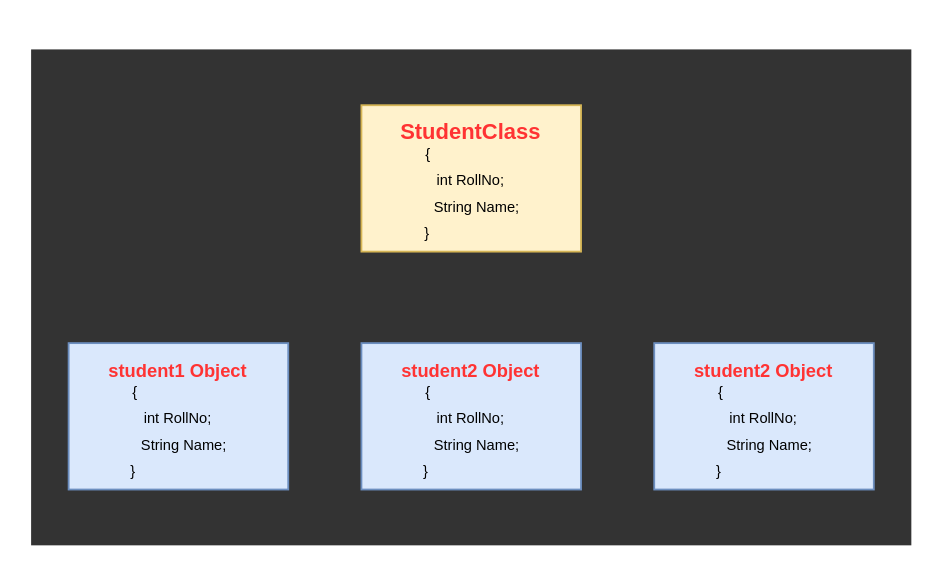
Earlier version of the draw.io diagram Class.drawio (PavanKoppana/blueprints). Source tidied: cells renumbered, new cells numbered last; positions are measured from the earlier drawing's top-left corner, leaving out a move shared by most shapes. Both pictures are drawn from the tidied source at 183%, with x=0, y=0 at pixel (31, 49).
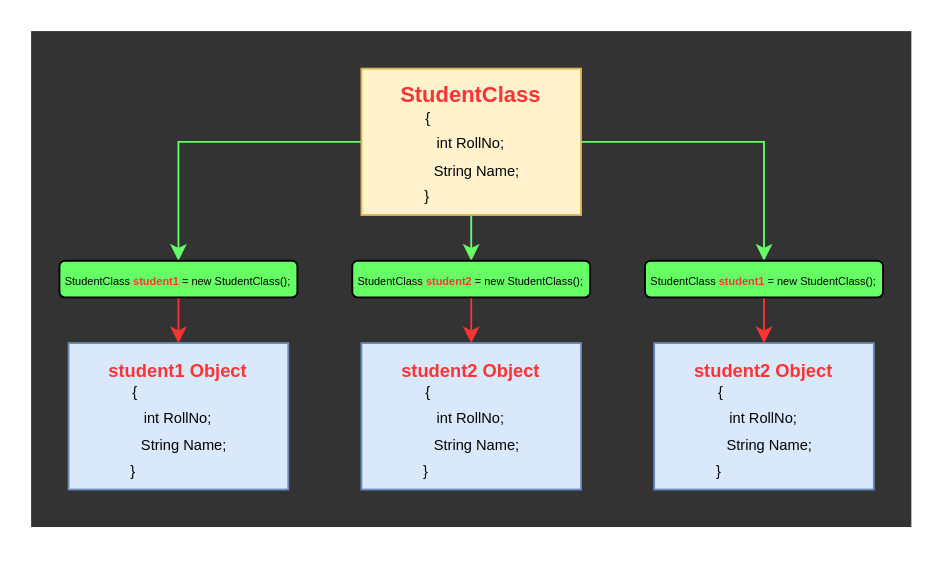
The same page after the edit.

Diff of the diagram source:
```diff
@@
 <mxGraphModel>
   <root>
     <mxCell id="0" />
     <mxCell id="1" parent="0" />
     <mxCell id="2" style="rounded=0;whiteSpace=wrap;html=1;strokeColor=#333333;fillColor=#333333;" parent="1" vertex="1">
-      <mxGeometry width="480" height="270" as="geometry" />
+      <mxGeometry y="-10" width="480" height="270" as="geometry" />
     </mxCell>
+    <mxCell id="11" style="edgeStyle=orthogonalEdgeStyle;rounded=0;jettySize=auto;html=1;fillColor=#d5e8d4;strokeColor=#66FF66;" parent="1" edge="1" source="3" target="15">
+      <mxGeometry relative="1" as="geometry" />
+    </mxCell>
+    <mxCell id="12" style="edgeStyle=orthogonalEdgeStyle;rounded=0;jettySize=auto;html=1;entryX=0.5;entryY=0;entryDx=0;entryDy=0;strokeColor=#66FF66;" parent="1" edge="1" source="3" target="17">
+      <mxGeometry relative="1" as="geometry" />
+    </mxCell>
+    <mxCell id="13" style="edgeStyle=orthogonalEdgeStyle;rounded=0;jettySize=auto;html=1;strokeColor=#66FF66;" parent="1" edge="1" source="3" target="19">
+      <mxGeometry relative="1" as="geometry" />
+    </mxCell>
     <mxCell id="3" value="&lt;font style=&quot;&quot;&gt;&lt;br&gt;&lt;font style=&quot;font-size: 8px;&quot;&gt;{&amp;nbsp; &amp;nbsp; &amp;nbsp; &amp;nbsp; &amp;nbsp; &amp;nbsp; &amp;nbsp; &amp;nbsp; &amp;nbsp; &amp;nbsp; &amp;nbsp;&lt;br&gt;int RollNo;&lt;br&gt;&amp;nbsp; &amp;nbsp;String Name;&lt;br&gt;}&amp;nbsp; &amp;nbsp; &amp;nbsp; &amp;nbsp; &amp;nbsp;&lt;/font&gt;&lt;/font&gt;&lt;font style=&quot;font-size: 9px;&quot;&gt; &amp;nbsp; &amp;nbsp; &amp;nbsp; &amp;nbsp; &amp;nbsp;&amp;nbsp;&lt;/font&gt;" style="rounded=0;whiteSpace=wrap;html=1;fillColor=#fff2cc;strokeColor=#d6b656;" parent="1" vertex="1">
-      <mxGeometry x="180" y="30" width="120" height="80" as="geometry" />
+      <mxGeometry x="180" y="10" width="120" height="80" as="geometry" />
     </mxCell>
     <mxCell id="4" value="&lt;span style=&quot;font-size: 8px;&quot;&gt;&lt;br&gt;{&amp;nbsp; &amp;nbsp; &amp;nbsp; &amp;nbsp; &amp;nbsp; &amp;nbsp; &amp;nbsp; &amp;nbsp; &amp;nbsp; &amp;nbsp; &amp;nbsp;&lt;/span&gt;&lt;br style=&quot;font-size: 8px;&quot;&gt;&lt;span style=&quot;font-size: 8px;&quot;&gt;int RollNo;&lt;/span&gt;&lt;br style=&quot;font-size: 8px;&quot;&gt;&lt;span style=&quot;font-size: 8px;&quot;&gt;&amp;nbsp; &amp;nbsp;String Name;&lt;br&gt;&lt;/span&gt;&lt;span style=&quot;font-size: 8px;&quot;&gt;}&amp;nbsp; &amp;nbsp; &amp;nbsp; &amp;nbsp; &amp;nbsp; &amp;nbsp; &amp;nbsp; &amp;nbsp; &amp;nbsp; &amp;nbsp; &amp;nbsp;&amp;nbsp;&lt;/span&gt;" style="rounded=0;whiteSpace=wrap;html=1;fillColor=#dae8fc;strokeColor=#6c8ebf;" parent="1" vertex="1">
       <mxGeometry x="20" y="160" width="120" height="80" as="geometry" />
     </mxCell>
     <mxCell id="5" value="&lt;b&gt;&lt;font style=&quot;color: rgb(255, 51, 51);&quot;&gt;StudentClass&lt;/font&gt;&lt;/b&gt;" style="text;html=1;align=center;verticalAlign=middle;whiteSpace=wrap;rounded=0;" parent="1" vertex="1">
-      <mxGeometry x="190" y="30" width="100" height="30" as="geometry" />
+      <mxGeometry x="190" y="10" width="100" height="30" as="geometry" />
     </mxCell>
     <mxCell id="6" value="&lt;b&gt;&lt;font style=&quot;font-size: 10px; color: rgb(255, 51, 51);&quot;&gt;student1 Object&lt;/font&gt;&lt;/b&gt;" style="text;html=1;align=center;verticalAlign=middle;whiteSpace=wrap;rounded=0;" parent="1" vertex="1">
       <mxGeometry x="30" y="160" width="100" height="30" as="geometry" />
     </mxCell>
     <mxCell id="7" value="&lt;span style=&quot;font-size: 8px;&quot;&gt;&lt;br&gt;{&amp;nbsp; &amp;nbsp; &amp;nbsp; &amp;nbsp; &amp;nbsp; &amp;nbsp; &amp;nbsp; &amp;nbsp; &amp;nbsp; &amp;nbsp; &amp;nbsp;&lt;/span&gt;&lt;br style=&quot;font-size: 8px;&quot;&gt;&lt;span style=&quot;font-size: 8px;&quot;&gt;int RollNo;&lt;/span&gt;&lt;br style=&quot;font-size: 8px;&quot;&gt;&lt;span style=&quot;font-size: 8px;&quot;&gt;&amp;nbsp; &amp;nbsp;String Name;&lt;br&gt;&lt;/span&gt;&lt;span style=&quot;font-size: 8px;&quot;&gt;}&amp;nbsp; &amp;nbsp; &amp;nbsp; &amp;nbsp; &amp;nbsp; &amp;nbsp; &amp;nbsp; &amp;nbsp; &amp;nbsp; &amp;nbsp; &amp;nbsp;&amp;nbsp;&lt;/span&gt;" style="rounded=0;whiteSpace=wrap;html=1;fillColor=#dae8fc;strokeColor=#6c8ebf;" parent="1" vertex="1">
       <mxGeometry x="180" y="160" width="120" height="80" as="geometry" />
     </mxCell>
     <mxCell id="8" value="&lt;span style=&quot;font-size: 8px;&quot;&gt;&lt;br&gt;{&amp;nbsp; &amp;nbsp; &amp;nbsp; &amp;nbsp; &amp;nbsp; &amp;nbsp; &amp;nbsp; &amp;nbsp; &amp;nbsp; &amp;nbsp; &amp;nbsp;&lt;/span&gt;&lt;br style=&quot;font-size: 8px;&quot;&gt;&lt;span style=&quot;font-size: 8px;&quot;&gt;int RollNo;&lt;/span&gt;&lt;br style=&quot;font-size: 8px;&quot;&gt;&lt;span style=&quot;font-size: 8px;&quot;&gt;&amp;nbsp; &amp;nbsp;String Name;&lt;br&gt;&lt;/span&gt;&lt;span style=&quot;font-size: 8px;&quot;&gt;}&amp;nbsp; &amp;nbsp; &amp;nbsp; &amp;nbsp; &amp;nbsp; &amp;nbsp; &amp;nbsp; &amp;nbsp; &amp;nbsp; &amp;nbsp; &amp;nbsp;&amp;nbsp;&lt;/span&gt;" style="rounded=0;whiteSpace=wrap;html=1;fillColor=#dae8fc;strokeColor=#6c8ebf;" parent="1" vertex="1">
       <mxGeometry x="340" y="160" width="120" height="80" as="geometry" />
     </mxCell>
     <mxCell id="9" value="&lt;b&gt;&lt;font style=&quot;font-size: 10px; color: rgb(255, 51, 51);&quot;&gt;student2 Object&lt;/font&gt;&lt;/b&gt;" style="text;html=1;align=center;verticalAlign=middle;whiteSpace=wrap;rounded=0;" parent="1" vertex="1">
       <mxGeometry x="190" y="160" width="100" height="30" as="geometry" />
     </mxCell>
     <mxCell id="10" value="&lt;b&gt;&lt;font style=&quot;font-size: 10px; color: rgb(255, 51, 51);&quot;&gt;student2 Object&lt;/font&gt;&lt;/b&gt;" style="text;html=1;align=center;verticalAlign=middle;whiteSpace=wrap;rounded=0;" parent="1" vertex="1">
       <mxGeometry x="350" y="160" width="100" height="30" as="geometry" />
     </mxCell>
+    <mxCell id="14" style="edgeStyle=orthogonalEdgeStyle;rounded=0;jettySize=auto;html=1;entryX=0.5;entryY=0;entryDx=0;entryDy=0;strokeColor=#FF3333;" parent="1" edge="1" source="15" target="6">
+      <mxGeometry relative="1" as="geometry" />
+    </mxCell>
+    <mxCell id="15" value="&lt;font style=&quot;font-size: 6px;&quot;&gt;StudentClass &lt;b&gt;&lt;font style=&quot;color: rgb(255, 51, 51);&quot;&gt;student1&lt;/font&gt;&lt;/b&gt; = new StudentClass();&lt;/font&gt;" style="rounded=1;whiteSpace=wrap;html=1;fillColor=#66FF66;" parent="1" vertex="1">
+      <mxGeometry x="15" y="115" width="130" height="20" as="geometry" />
+    </mxCell>
+    <mxCell id="16" style="edgeStyle=orthogonalEdgeStyle;rounded=0;jettySize=auto;html=1;entryX=0.5;entryY=0;entryDx=0;entryDy=0;strokeColor=#FF3333;" parent="1" edge="1" source="17" target="9">
+      <mxGeometry relative="1" as="geometry" />
+    </mxCell>
+    <mxCell id="17" value="&lt;font style=&quot;font-size: 6px;&quot;&gt;StudentClass &lt;b&gt;&lt;font style=&quot;color: rgb(255, 51, 51);&quot;&gt;student2&lt;/font&gt;&lt;/b&gt; = new StudentClass();&lt;/font&gt;" style="rounded=1;whiteSpace=wrap;html=1;fillColor=#66FF66;" parent="1" vertex="1">
+      <mxGeometry x="175" y="115" width="130" height="20" as="geometry" />
+    </mxCell>
+    <mxCell id="18" style="edgeStyle=orthogonalEdgeStyle;rounded=0;jettySize=auto;html=1;entryX=0.5;entryY=0;entryDx=0;entryDy=0;strokeColor=#FF3333;" parent="1" edge="1" source="19" target="10">
+      <mxGeometry relative="1" as="geometry" />
+    </mxCell>
+    <mxCell id="19" value="&lt;font style=&quot;font-size: 6px;&quot;&gt;StudentClass &lt;b&gt;&lt;font style=&quot;color: rgb(255, 51, 51);&quot;&gt;student1&lt;/font&gt;&lt;/b&gt; = new StudentClass();&lt;/font&gt;" style="rounded=1;whiteSpace=wrap;html=1;fillColor=#66FF66;" parent="1" vertex="1">
+      <mxGeometry x="335" y="115" width="130" height="20" as="geometry" />
+    </mxCell>
   </root>
 </mxGraphModel>
```
